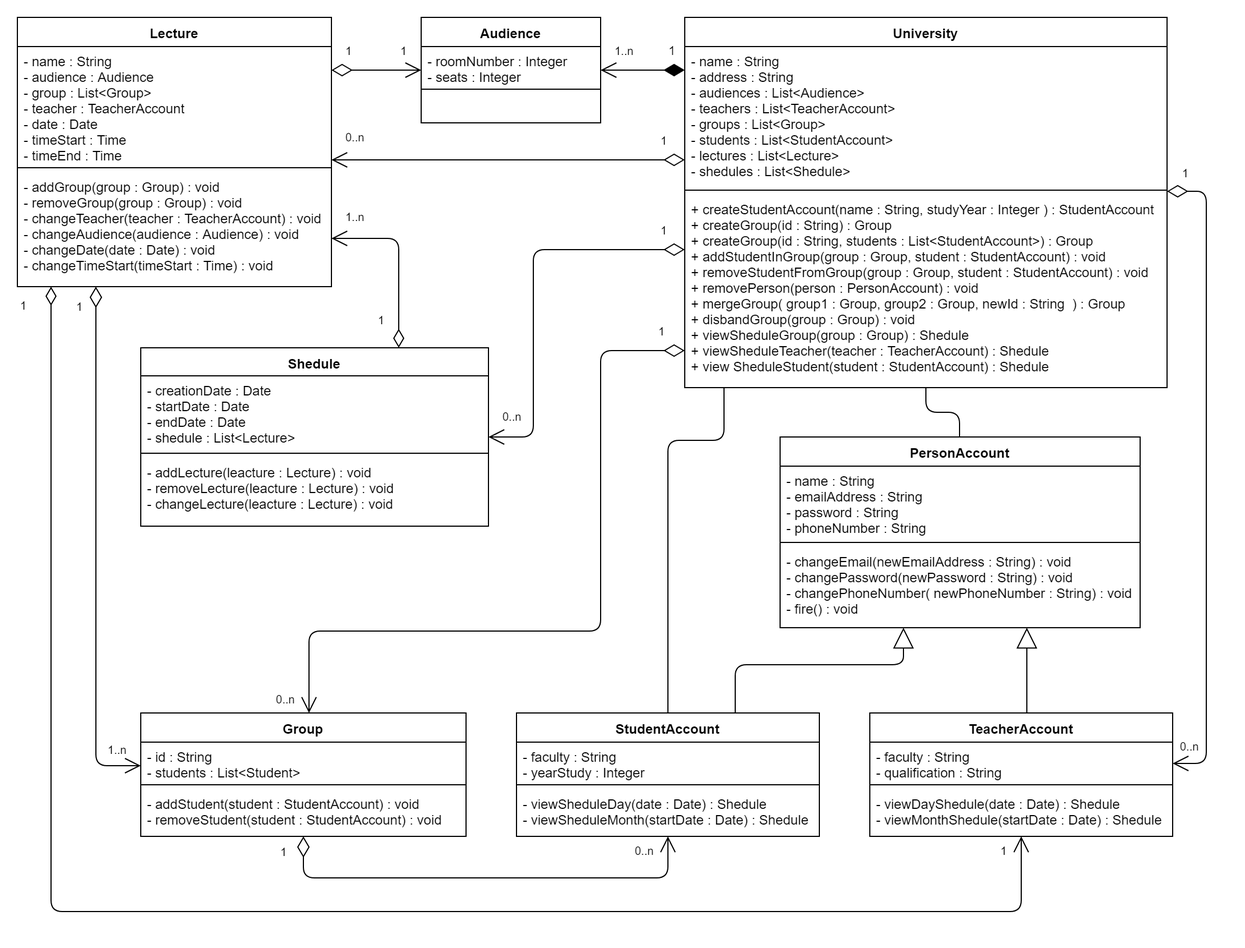
The draw.io diagram University.png in MaxValencio/university, before a commit. Source tidied: cells renumbered, new cells last; positions are measured from the earlier drawing's top-left corner, leaving out a move shared by most shapes.
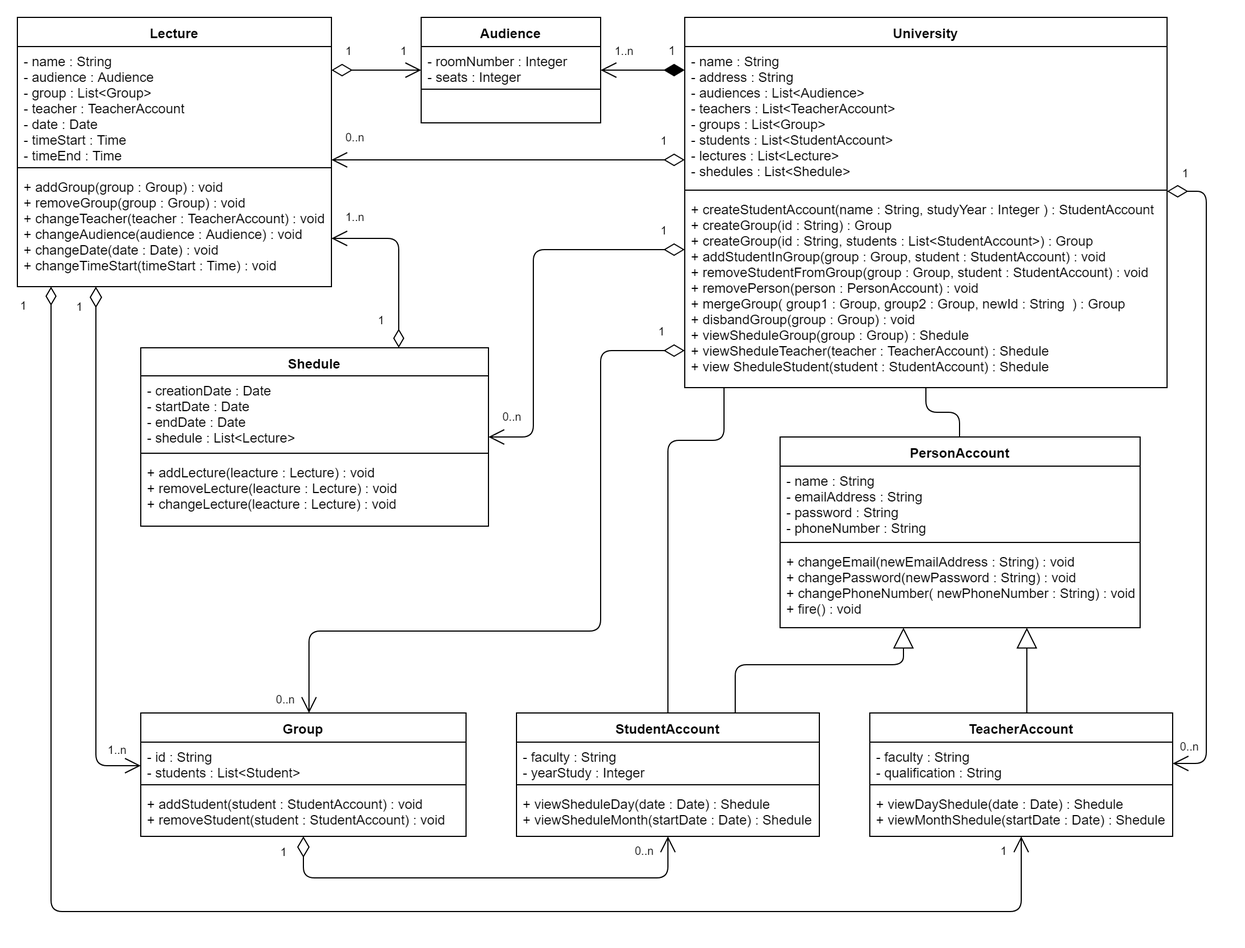
Later version of the same file.

Commit message:
Public methods

Diff of the diagram source:
```diff
@@ -23,7 +23,7 @@
     <mxCell id="8" style="line;strokeWidth=1;fillColor=none;align=left;verticalAlign=middle;spacingTop=-1;spacingLeft=3;spacingRight=3;labelPosition=right;" parent="6" vertex="1">
       <mxGeometry y="60" width="270" height="8" as="geometry" />
     </mxCell>
-    <mxCell id="9" value="- viewDayShedule(date : Date) : Shedule&#10;- viewMonthShedule(startDate : Date) : Shedule&#10; &#10;&#10;" style="text;strokeColor=none;fillColor=none;align=left;verticalAlign=top;spacingLeft=4;spacingRight=4;overflow=hidden;" parent="6" vertex="1">
+    <mxCell id="9" value="+ viewDayShedule(date : Date) : Shedule&#10;+ viewMonthShedule(startDate : Date) : Shedule&#10; &#10;&#10;" style="text;strokeColor=none;fillColor=none;align=left;verticalAlign=top;spacingLeft=4;spacingRight=4;overflow=hidden;" parent="6" vertex="1">
       <mxGeometry y="68" width="270" height="42" as="geometry" />
     </mxCell>
     <mxCell id="10" value="StudentAccount" style="swimlane;fontStyle=1;align=center;verticalAlign=top;horizontal=1;startSize=26;" parent="1" vertex="1">
@@ -35,7 +35,7 @@
     <mxCell id="12" style="line;strokeWidth=1;fillColor=none;align=left;verticalAlign=middle;spacingTop=-1;spacingLeft=3;spacingRight=3;labelPosition=right;" parent="10" vertex="1">
       <mxGeometry y="60" width="270" height="8" as="geometry" />
     </mxCell>
-    <mxCell id="13" value="- viewSheduleDay(date : Date) : Shedule&#10;- viewSheduleMonth(startDate : Date) : Shedule &#10;&#10;" style="text;strokeColor=none;fillColor=none;align=left;verticalAlign=top;spacingLeft=4;spacingRight=4;overflow=hidden;" parent="10" vertex="1">
+    <mxCell id="13" value="+ viewSheduleDay(date : Date) : Shedule&#10;+ viewSheduleMonth(startDate : Date) : Shedule &#10;&#10;" style="text;strokeColor=none;fillColor=none;align=left;verticalAlign=top;spacingLeft=4;spacingRight=4;overflow=hidden;" parent="10" vertex="1">
       <mxGeometry y="68" width="270" height="42" as="geometry" />
     </mxCell>
     <mxCell id="14" value="Audience" style="swimlane;fontStyle=1;align=center;verticalAlign=top;horizontal=1;startSize=26;" parent="1" vertex="1">
@@ -59,7 +59,7 @@
     <mxCell id="20" style="line;strokeWidth=1;fillColor=none;align=left;verticalAlign=middle;spacingTop=-1;spacingLeft=3;spacingRight=3;labelPosition=right;" parent="18" vertex="1">
       <mxGeometry y="60" width="290" height="8" as="geometry" />
     </mxCell>
-    <mxCell id="21" value="- addStudent(student : StudentAccount) : void&#10;- removeStudent(student : StudentAccount) : void&#10;" style="text;strokeColor=none;fillColor=none;align=left;verticalAlign=top;spacingLeft=4;spacingRight=4;overflow=hidden;" parent="18" vertex="1">
+    <mxCell id="21" value="+ addStudent(student : StudentAccount) : void&#10;+ removeStudent(student : StudentAccount) : void&#10;" style="text;strokeColor=none;fillColor=none;align=left;verticalAlign=top;spacingLeft=4;spacingRight=4;overflow=hidden;" parent="18" vertex="1">
       <mxGeometry y="68" width="290" height="42" as="geometry" />
     </mxCell>
     <mxCell id="22" value="Lecture" style="swimlane;fontStyle=1;align=center;verticalAlign=top;horizontal=1;startSize=26;" parent="1" vertex="1">
@@ -71,7 +71,7 @@
     <mxCell id="24" style="line;strokeWidth=1;fillColor=none;align=left;verticalAlign=middle;spacingTop=-1;spacingLeft=3;spacingRight=3;labelPosition=right;" parent="22" vertex="1">
       <mxGeometry y="130" width="280" height="8" as="geometry" />
     </mxCell>
-    <mxCell id="25" value="- addGroup(group : Group) : void &#10;- removeGroup(group : Group) : void&#10;- changeTeacher(teacher : TeacherAccount) : void&#10;- changeAudience(audience : Audience) : void&#10;- changeDate(date : Date) : void&#10;- changeTimeStart(timeStart : Time) : void&#10;" style="text;strokeColor=none;fillColor=none;align=left;verticalAlign=top;spacingLeft=4;spacingRight=4;overflow=hidden;points=[[0,0.5],[1,0.5]];portConstraint=eastwest;" parent="22" vertex="1">
+    <mxCell id="25" value="+ addGroup(group : Group) : void &#10;+ removeGroup(group : Group) : void&#10;+ changeTeacher(teacher : TeacherAccount) : void&#10;+ changeAudience(audience : Audience) : void&#10;+ changeDate(date : Date) : void&#10;+ changeTimeStart(timeStart : Time) : void&#10;" style="text;strokeColor=none;fillColor=none;align=left;verticalAlign=top;spacingLeft=4;spacingRight=4;overflow=hidden;points=[[0,0.5],[1,0.5]];portConstraint=eastwest;" parent="22" vertex="1">
       <mxGeometry y="138" width="280" height="102" as="geometry" />
     </mxCell>
     <mxCell id="26" value="Shedule" style="swimlane;fontStyle=1;align=center;verticalAlign=top;horizontal=1;startSize=25;" parent="1" vertex="1">
@@ -83,7 +83,7 @@
     <mxCell id="28" style="line;strokeWidth=1;fillColor=none;align=left;verticalAlign=middle;spacingTop=-1;spacingLeft=3;spacingRight=3;labelPosition=right;" parent="26" vertex="1">
       <mxGeometry y="90" width="310" height="8" as="geometry" />
     </mxCell>
-    <mxCell id="29" value="- addLecture(leacture : Lecture) : void&#10;- removeLecture(leacture : Lecture) : void&#10;- changeLecture(leacture : Lecture) : void&#10;" style="text;strokeColor=none;fillColor=none;align=left;verticalAlign=top;spacingLeft=4;spacingRight=4;overflow=hidden;" parent="26" vertex="1">
+    <mxCell id="29" value="+ addLecture(leacture : Lecture) : void&#10;+ removeLecture(leacture : Lecture) : void&#10;+ changeLecture(leacture : Lecture) : void&#10;" style="text;strokeColor=none;fillColor=none;align=left;verticalAlign=top;spacingLeft=4;spacingRight=4;overflow=hidden;" parent="26" vertex="1">
       <mxGeometry y="98" width="310" height="61" as="geometry" />
     </mxCell>
     <mxCell id="30" value="PersonAccount" style="swimlane;fontStyle=1;align=center;verticalAlign=top;horizontal=1;startSize=26;" parent="1" vertex="1">
@@ -95,7 +95,7 @@
     <mxCell id="32" style="line;strokeWidth=1;fillColor=none;align=left;verticalAlign=middle;spacingTop=-1;spacingLeft=3;spacingRight=3;labelPosition=right;" parent="30" vertex="1">
       <mxGeometry y="90" width="321" height="8" as="geometry" />
     </mxCell>
-    <mxCell id="33" value="- changeEmail(newEmailAddress : String) : void&#10;- changePassword(newPassword : String) : void&#10;- changePhoneNumber( newPhoneNumber : String) : void&#10;- fire() : void&#10;&#10;" style="text;strokeColor=none;fillColor=none;align=left;verticalAlign=top;spacingLeft=4;spacingRight=4;overflow=hidden;" parent="30" vertex="1">
+    <mxCell id="33" value="+ changeEmail(newEmailAddress : String) : void&#10;+ changePassword(newPassword : String) : void&#10;+ changePhoneNumber( newPhoneNumber : String) : void&#10;+ fire() : void&#10;&#10;" style="text;strokeColor=none;fillColor=none;align=left;verticalAlign=top;spacingLeft=4;spacingRight=4;overflow=hidden;" parent="30" vertex="1">
       <mxGeometry y="98" width="321" height="72" as="geometry" />
     </mxCell>
     <mxCell id="34" style="endArrow=none;endSize=16;endFill=0;html=1;edgeStyle=orthogonalEdgeStyle;startArrow=block;startFill=0;targetPerimeterSpacing=0;startSize=16;" parent="1" edge="1" source="30" target="6">
```
